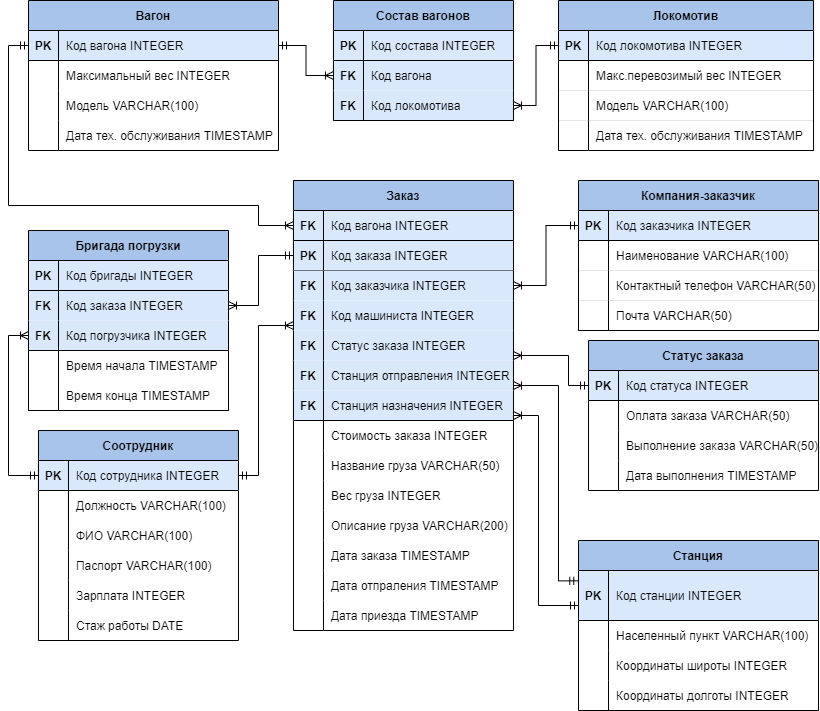
Before: pictures/ER.png, a diagram exported from draw.io (Edeotena/bd_4rd_sem_course_work). Source tidied: cells renumbered, new cells last; positions are measured from the earlier drawing's top-left corner, leaving out a move shared by most shapes.
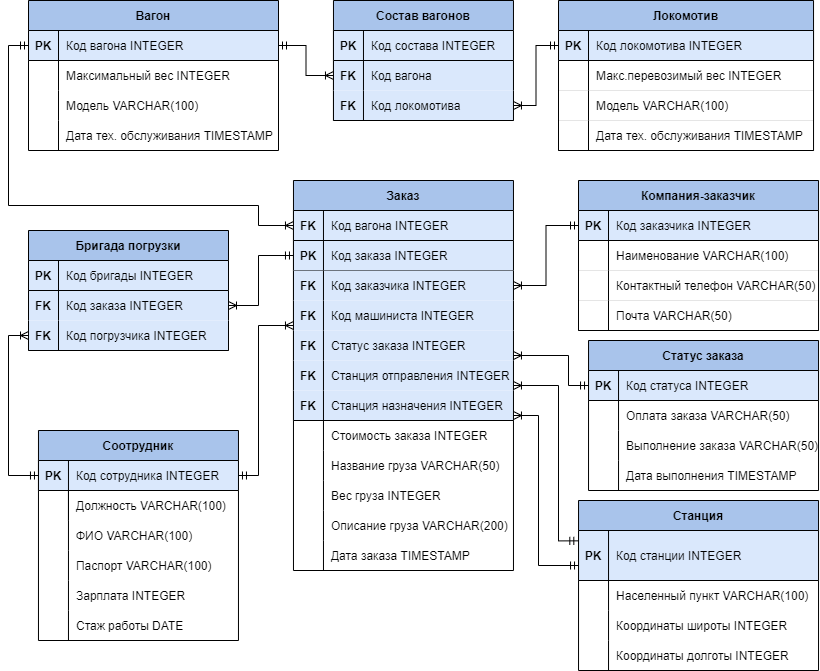
Later version of the same file.

Commit message:
ER changed(again) and some fill sql scripts

Change to the diagram source:
```diff
@@ -3,7 +3,7 @@
     <mxCell id="0" />
     <mxCell id="1" parent="0" />
     <mxCell id="2" value="Заказ" style="shape=table;startSize=30;rowLines=0;fontStyle=1;align=center;fillColor=#A9C4EB;" parent="1" vertex="1">
-      <mxGeometry x="285" y="180" width="220" height="450" as="geometry" />
+      <mxGeometry x="285" y="180" width="220" height="390" as="geometry" />
     </mxCell>
     <mxCell id="3" style="shape=tableRow;horizontal=0;startSize=0;swimlaneHead=0;swimlaneBody=0;fillColor=#dae8fc;points=[[0,0.5],[1,0.5]];portConstraint=eastwest;top=1;left=1;right=1;bottom=1;strokeColor=#000000;strokeWidth=1;" parent="2" vertex="1">
       <mxGeometry y="30" width="220" height="30" as="geometry" />
@@ -113,24 +113,6 @@
     <mxCell id="38" value="Дата заказа TIMESTAMP" style="shape=partialRectangle;fillColor=none;top=0;left=0;bottom=0;right=0;align=left;spacingLeft=6;overflow=hidden;" parent="36" vertex="1">
       <mxGeometry x="30" width="190" height="30" as="geometry" />
     </mxCell>
-    <mxCell id="39" style="shape=tableRow;horizontal=0;startSize=0;swimlaneHead=0;swimlaneBody=0;fillColor=none;top=0;left=0;right=0;bottom=0;" parent="2" vertex="1">
-      <mxGeometry y="390" width="220" height="30" as="geometry" />
-    </mxCell>
-    <mxCell id="40" style="shape=partialRectangle;fillColor=none;top=0;left=0;bottom=0;right=0;overflow=hidden;fontStyle=1;" parent="39" vertex="1">
-      <mxGeometry width="30" height="30" as="geometry" />
-    </mxCell>
-    <mxCell id="41" value="Дата отпраления TIMESTAMP" style="shape=partialRectangle;fillColor=none;top=0;left=0;bottom=0;right=0;align=left;spacingLeft=6;overflow=hidden;" parent="39" vertex="1">
-      <mxGeometry x="30" width="190" height="30" as="geometry" />
-    </mxCell>
-    <mxCell id="42" style="shape=tableRow;horizontal=0;startSize=0;swimlaneHead=0;swimlaneBody=0;fillColor=none;top=0;left=0;right=0;bottom=0;" parent="2" vertex="1">
-      <mxGeometry y="420" width="220" height="30" as="geometry" />
-    </mxCell>
-    <mxCell id="43" style="shape=partialRectangle;fillColor=none;top=0;left=0;bottom=0;right=0;overflow=hidden;fontStyle=1;" parent="42" vertex="1">
-      <mxGeometry width="30" height="30" as="geometry" />
-    </mxCell>
-    <mxCell id="44" value="Дата приезда TIMESTAMP" style="shape=partialRectangle;fillColor=none;top=0;left=0;bottom=0;right=0;align=left;spacingLeft=6;overflow=hidden;" parent="42" vertex="1">
-      <mxGeometry x="30" width="190" height="30" as="geometry" />
-    </mxCell>
     <mxCell id="45" value="Компания-заказчик" style="shape=table;startSize=30;rowLines=0;fontStyle=1;align=center;fillColor=#A9C4EB;" parent="1" vertex="1">
       <mxGeometry x="570" y="180" width="240" height="150" as="geometry" />
     </mxCell>
@@ -288,7 +270,7 @@
       <mxGeometry relative="1" as="geometry" />
     </mxCell>
     <mxCell id="97" value="Станция" style="shape=table;startSize=30;rowLines=0;fontStyle=1;align=center;strokeColor=#000000;strokeWidth=1;fillColor=#A9C4EB;" parent="1" vertex="1">
-      <mxGeometry x="570" y="540" width="240" height="170" as="geometry" />
+      <mxGeometry x="570" y="500" width="240" height="170" as="geometry" />
     </mxCell>
     <mxCell id="98" style="shape=tableRow;horizontal=0;startSize=0;swimlaneHead=0;swimlaneBody=0;fillColor=#dae8fc;points=[[0,0.5],[1,0.5]];portConstraint=eastwest;top=1;left=1;right=1;bottom=1;strokeColor=#000000;strokeWidth=1;" parent="97" vertex="1">
       <mxGeometry y="30" width="240" height="50" as="geometry" />
@@ -446,7 +428,7 @@
       <mxGeometry x="30" width="170" height="30" as="geometry" />
     </mxCell>
     <mxCell id="145" value="Бригада погрузки" style="shape=table;startSize=30;rowLines=0;fontStyle=1;align=center;fillColor=#A9C4EB;" parent="1" vertex="1">
-      <mxGeometry x="20" y="230" width="200" height="180" as="geometry" />
+      <mxGeometry x="20" y="230" width="200" height="120" as="geometry" />
     </mxCell>
     <mxCell id="146" style="shape=tableRow;horizontal=0;startSize=0;swimlaneHead=0;swimlaneBody=0;fillColor=#dae8fc;top=1;left=1;right=1;bottom=1;strokeColor=#000000;strokeWidth=1;" parent="145" vertex="1">
       <mxGeometry y="30" width="200" height="30" as="geometry" />
@@ -475,24 +457,6 @@
     <mxCell id="154" value="Код погрузчика INTEGER" style="shape=partialRectangle;fillColor=none;top=0;left=1;bottom=0;right=0;align=left;spacingLeft=6;fontStyle=0;overflow=hidden;" parent="152" vertex="1">
       <mxGeometry x="30" width="170" height="30" as="geometry" />
     </mxCell>
-    <mxCell id="155" style="shape=tableRow;horizontal=0;startSize=0;swimlaneHead=0;swimlaneBody=0;fillColor=none;top=1;left=1;right=1;bottom=0;strokeColor=#000000;strokeWidth=1;" parent="145" vertex="1">
-      <mxGeometry y="120" width="200" height="30" as="geometry" />
-    </mxCell>
-    <mxCell id="156" style="shape=partialRectangle;fillColor=none;top=0;left=0;bottom=0;right=0;overflow=hidden;fontStyle=1;" parent="155" vertex="1">
-      <mxGeometry width="30" height="30" as="geometry" />
-    </mxCell>
-    <mxCell id="157" value="Время начала TIMESTAMP" style="shape=partialRectangle;fillColor=none;top=0;left=1;bottom=0;right=0;align=left;spacingLeft=6;fontStyle=0;overflow=hidden;" parent="155" vertex="1">
-      <mxGeometry x="30" width="170" height="30" as="geometry" />
-    </mxCell>
-    <mxCell id="158" style="shape=tableRow;horizontal=0;startSize=0;swimlaneHead=0;swimlaneBody=0;fillColor=none;top=0;left=1;right=1;bottom=1;strokeColor=#000000;strokeWidth=1;" parent="145" vertex="1">
-      <mxGeometry y="150" width="200" height="30" as="geometry" />
-    </mxCell>
-    <mxCell id="159" style="shape=partialRectangle;fillColor=none;top=0;left=0;bottom=0;right=0;overflow=hidden;fontStyle=1;" parent="158" vertex="1">
-      <mxGeometry width="30" height="30" as="geometry" />
-    </mxCell>
-    <mxCell id="160" value="Время конца TIMESTAMP" style="shape=partialRectangle;fillColor=none;top=0;left=1;bottom=0;right=0;align=left;spacingLeft=6;fontStyle=0;overflow=hidden;" parent="158" vertex="1">
-      <mxGeometry x="30" width="170" height="30" as="geometry" />
-    </mxCell>
     <mxCell id="161" style="edgeStyle=orthogonalEdgeStyle;rounded=0;jettySize=auto;html=1;entryX=1;entryY=0.5;entryDx=0;entryDy=0;startArrow=ERoneToMany;startFill=0;endArrow=ERmandOne;endFill=0;" parent="1" edge="1" source="12" target="127">
       <mxGeometry relative="1" as="geometry">
         <Array as="points">
@@ -521,7 +485,8 @@
       <mxGeometry relative="1" as="geometry">
         <Array as="points">
           <mxPoint x="550" y="385" />
-          <mxPoint x="550" y="580" />
+          <mxPoint x="550" y="540" />
+          <mxPoint x="569" y="540" />
         </Array>
       </mxGeometry>
     </mxCell>
@@ -529,7 +494,7 @@
       <mxGeometry relative="1" as="geometry">
         <Array as="points">
           <mxPoint x="530" y="415" />
-          <mxPoint x="530" y="605" />
+          <mxPoint x="530" y="565" />
         </Array>
       </mxGeometry>
     </mxCell>
```
